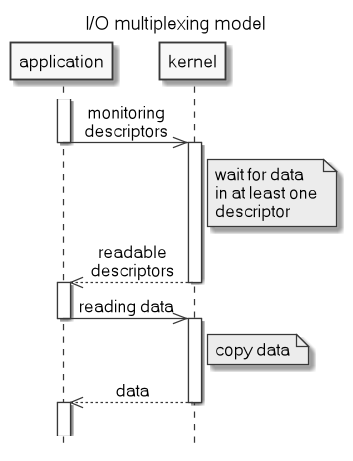
Above: .images/IO_multiplexing_model.png in c0p4c4b4n4/demo-sockets-io-nio-nio2 (PlantUML), before the change.
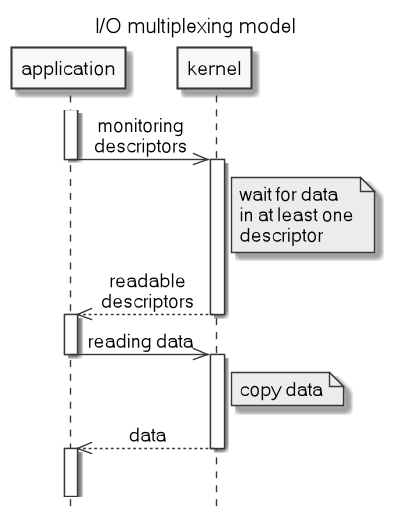
After the commit.

What changed in the source:
```diff
@@ -1,4 +1,5 @@
 @startuml
+scale 1.2
 title I/O multiplexing model
 hide footbox
 skinparam monochrome true
@@ -20,6 +21,6 @@
 kernel-->>application: data
 deactivate kernel
 activate application
-||4||
+||12||
 kernel -[#white]->]
 @enduml
```
